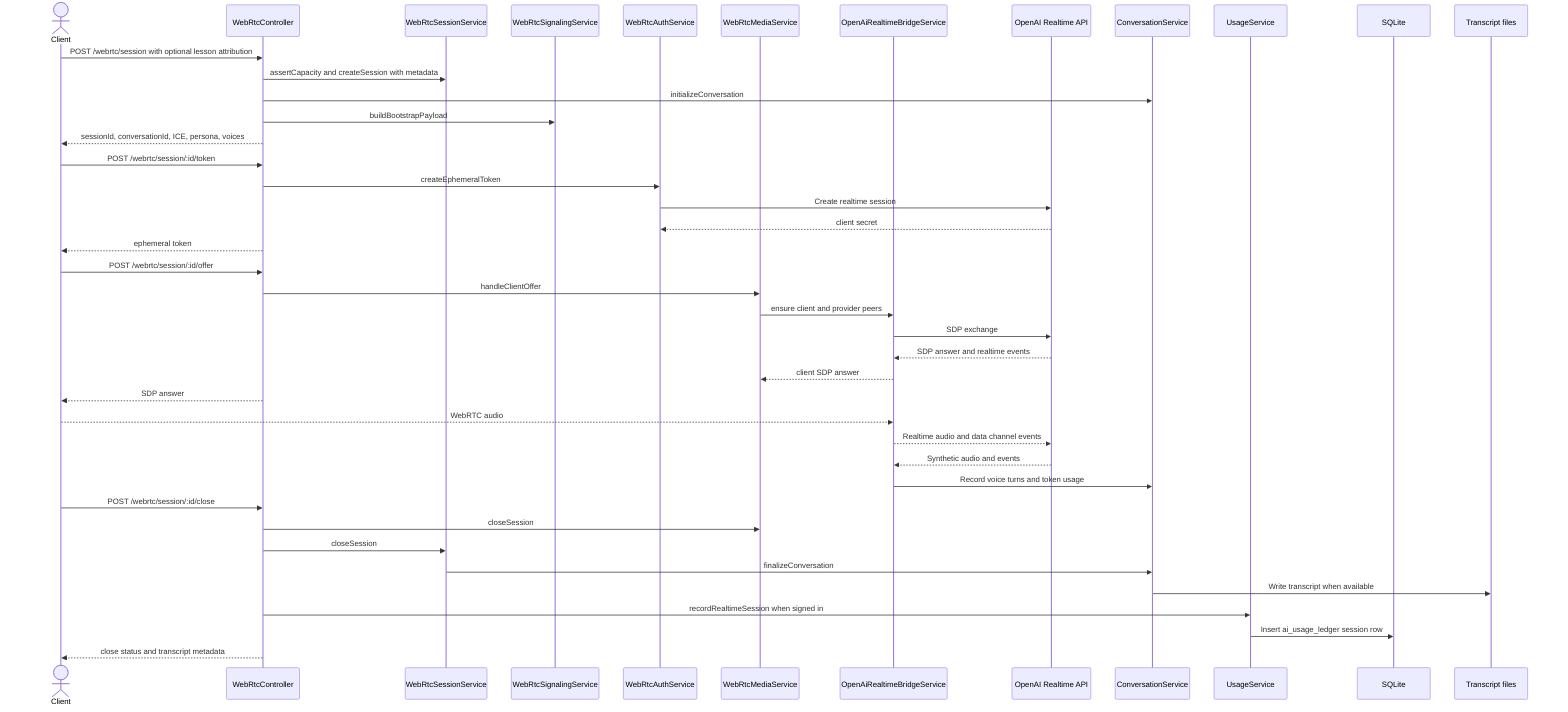
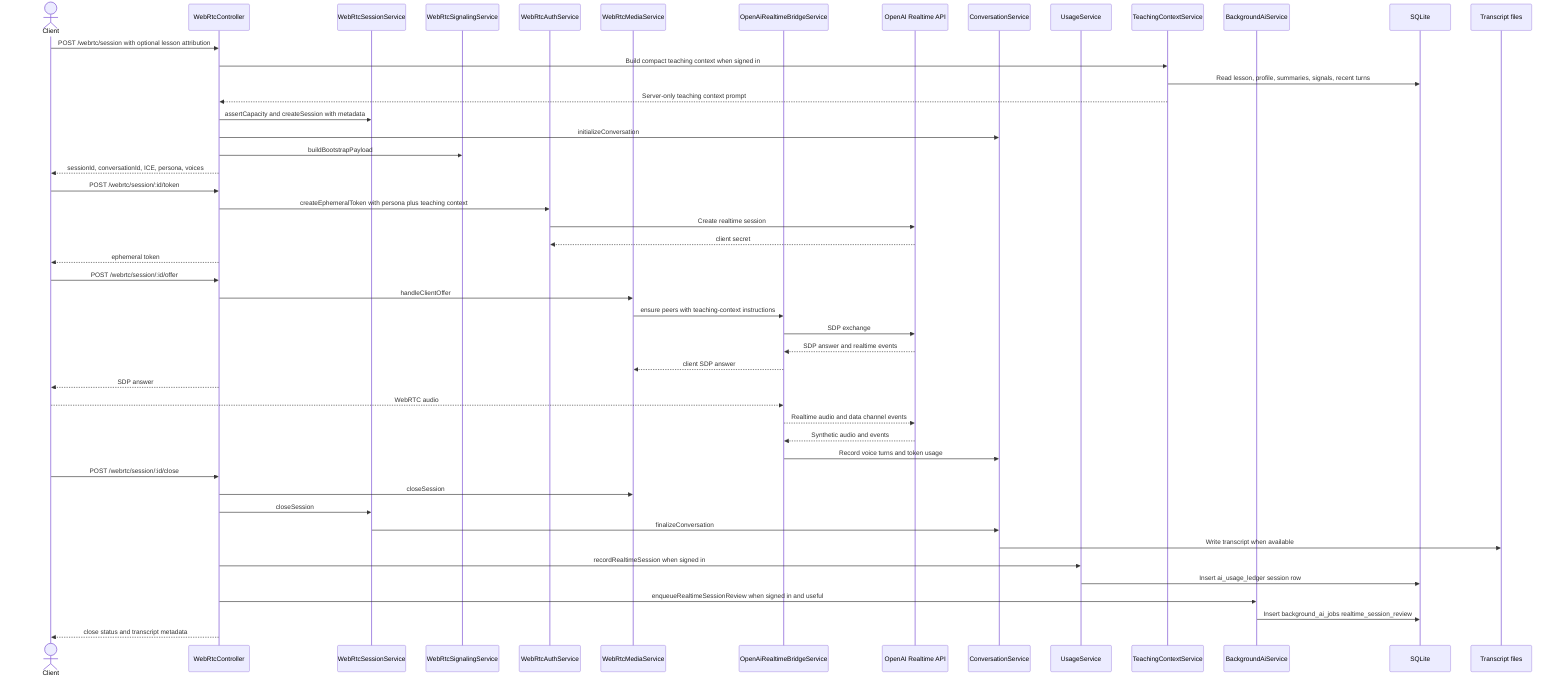
sequenceDiagram
  actor Client
  participant API as WebRtcController
  participant Sessions as WebRtcSessionService
  participant Signaling as WebRtcSignalingService
  participant Auth as WebRtcAuthService
  participant Media as WebRtcMediaService
  participant Bridge as OpenAiRealtimeBridgeService
  participant Provider as OpenAI Realtime API
  participant Conv as ConversationService
  participant Usage as UsageService
+   participant Context as TeachingContextService
+   participant Background as BackgroundAiService
  participant DB as SQLite
  participant Logs as Transcript files

  Client->>API: POST /webrtc/session with optional lesson attribution
+   API->>Context: Build compact teaching context when signed in
+   Context->>DB: Read lesson, profile, summaries, signals, recent turns
+   Context-->>API: Server-only teaching context prompt
  API->>Sessions: assertCapacity and createSession with metadata
  API->>Conv: initializeConversation
  API->>Signaling: buildBootstrapPayload
  API-->>Client: sessionId, conversationId, ICE, persona, voices
  Client->>API: POST /webrtc/session/:id/token
-   API->>Auth: createEphemeralToken
+   API->>Auth: createEphemeralToken with persona plus teaching context
  Auth->>Provider: Create realtime session
  Provider-->>Auth: client secret
  API-->>Client: ephemeral token
  Client->>API: POST /webrtc/session/:id/offer
  API->>Media: handleClientOffer
-   Media->>Bridge: ensure client and provider peers
+   Media->>Bridge: ensure peers with teaching-context instructions
  Bridge->>Provider: SDP exchange
  Provider-->>Bridge: SDP answer and realtime events
  Bridge-->>Media: client SDP answer
  API-->>Client: SDP answer
  Client-->>Bridge: WebRTC audio
  Bridge-->>Provider: Realtime audio and data channel events
  Provider-->>Bridge: Synthetic audio and events
  Bridge->>Conv: Record voice turns and token usage
  Client->>API: POST /webrtc/session/:id/close
  API->>Media: closeSession
  API->>Sessions: closeSession
  Sessions->>Conv: finalizeConversation
  Conv->>Logs: Write transcript when available
  API->>Usage: recordRealtimeSession when signed in
  Usage->>DB: Insert ai_usage_ledger session row
+   API->>Background: enqueueRealtimeSessionReview when signed in and useful
+   Background->>DB: Insert background_ai_jobs realtime_session_review
  API-->>Client: close status and transcript metadata
